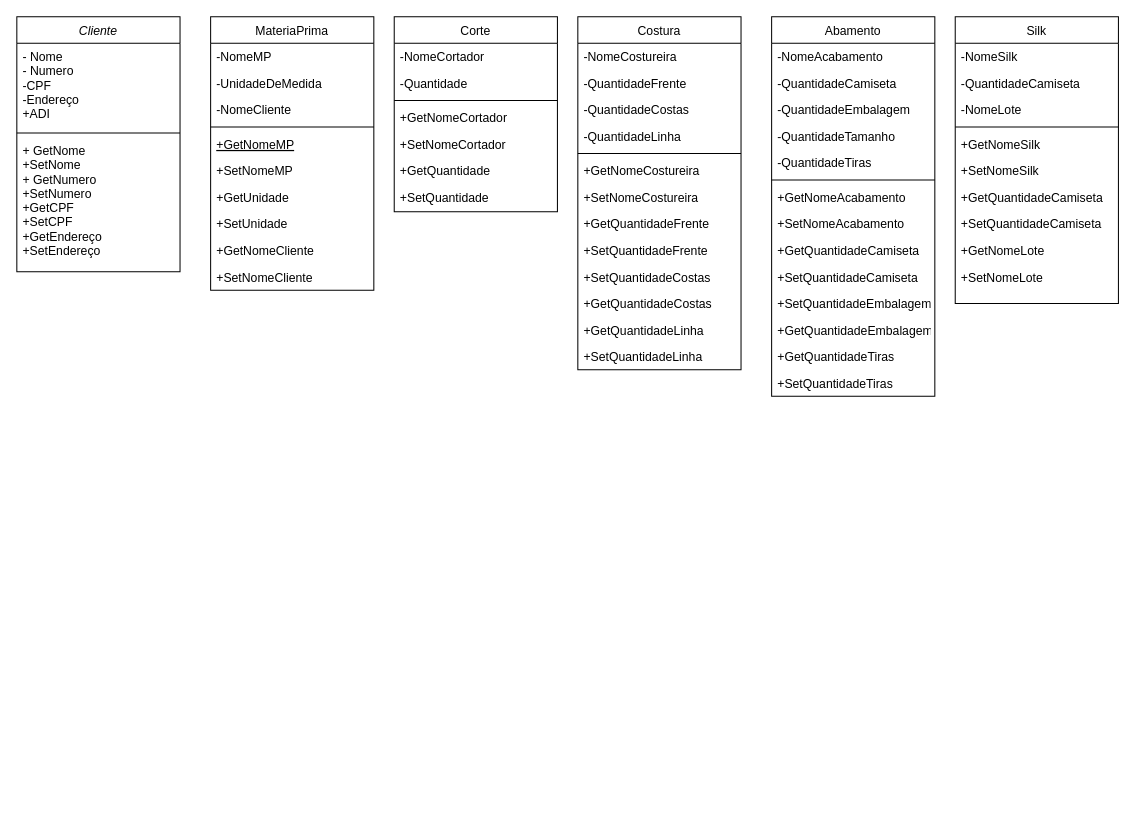
Earlier version of the draw.io diagram diagrama/classes.drawio (mahfersesi/Trollss). Source tidied: cells renumbered, new cells numbered last; positions are measured from the earlier drawing's top-left corner, leaving out a move shared by most shapes. Both pictures are drawn from the tidied source at 102%, with x=0, y=0 at pixel (16, 16).
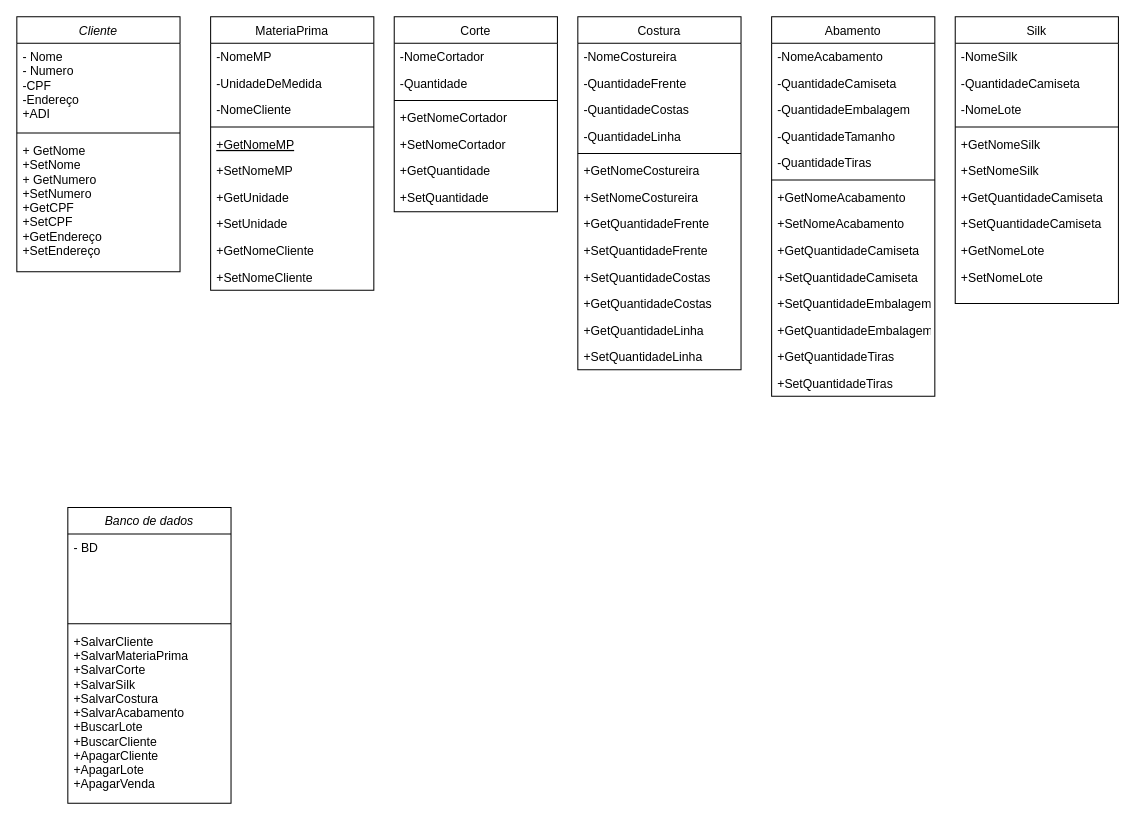
Above is the later version.

What changed in the source:
```diff
@@
+    <mxCell id="65" value="Banco de dados" style="swimlane;fontStyle=2;align=center;verticalAlign=top;horizontal=1;startSize=26;rounded=0;shadow=0;strokeWidth=1;" parent="1" vertex="1">
+      <mxGeometry x="50" y="481" width="160" height="290" as="geometry" />
+    </mxCell>
+    <mxCell id="66" value="- BD" style="text;align=left;verticalAlign=top;spacingLeft=4;spacingRight=4;overflow=hidden;" parent="65" vertex="1">
+      <mxGeometry y="26" width="160" height="84" as="geometry" />
+    </mxCell>
+    <mxCell id="67" style="line;html=1;strokeWidth=1;align=left;verticalAlign=middle;spacingTop=-1;spacingLeft=3;spacingRight=3;labelPosition=right;" parent="65" vertex="1">
+      <mxGeometry y="110" width="160" height="8" as="geometry" />
+    </mxCell>
+    <mxCell id="68" value="+SalvarCliente&#10;+SalvarMateriaPrima&#10;+SalvarCorte&#10;+SalvarSilk&#10;+SalvarCostura&#10;+SalvarAcabamento&#10;+BuscarLote&#10;+BuscarCliente&#10;+ApagarCliente&#10;+ApagarLote&#10;+ApagarVenda" style="text;align=left;verticalAlign=top;spacingLeft=4;spacingRight=4;overflow=hidden;" parent="65" vertex="1">
+      <mxGeometry y="118" width="160" height="172" as="geometry" />
+    </mxCell>
```
